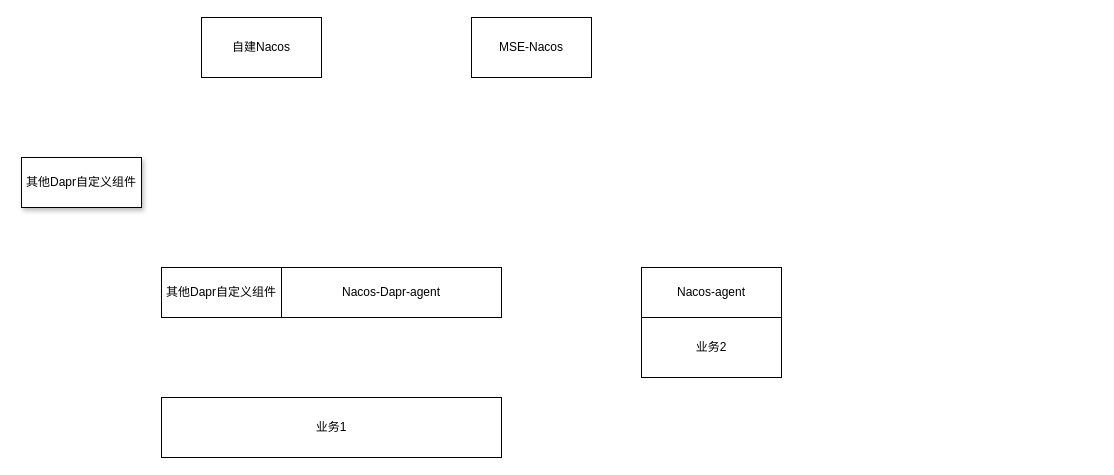
The draw.io diagram newToolTest/Untitled Diagram.drawio in realJackSun/OpenNAT, before the edit. Source tidied: cells renumbered, new cells numbered last; positions are measured from the earlier drawing's top-left corner, leaving out a move shared by most shapes. Both pictures are drawn from the tidied source at 100%, with x=0, y=0 at pixel (21, 17).
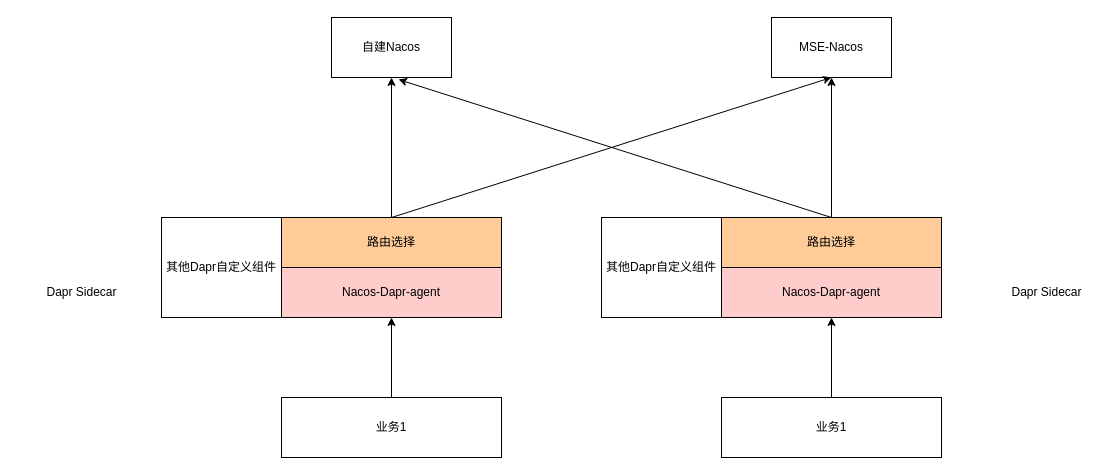
The same diagram, later.

Commit message:
Nacos支持Dapr方案完善

Change to the diagram source:
```diff
@@
 <mxGraphModel>
   <root>
     <mxCell id="0" />
     <mxCell id="1" parent="0" />
-    <mxCell id="2" value="其他Dapr自定义组件" style="rounded=0;whiteSpace=wrap;html=1;shadow=1;" parent="1" vertex="1">
-      <mxGeometry y="140" width="120" height="50" as="geometry" />
-    </mxCell>
     <mxCell id="3" value="自建Nacos" style="rounded=0;whiteSpace=wrap;html=1;" parent="1" vertex="1">
-      <mxGeometry x="180" width="120" height="60" as="geometry" />
+      <mxGeometry x="310" width="120" height="60" as="geometry" />
     </mxCell>
     <mxCell id="4" value="MSE-Nacos" style="rounded=0;whiteSpace=wrap;html=1;" parent="1" vertex="1">
-      <mxGeometry x="450" width="120" height="60" as="geometry" />
+      <mxGeometry x="750" width="120" height="60" as="geometry" />
     </mxCell>
     <mxCell id="5" value="业务1" style="rounded=0;whiteSpace=wrap;html=1;" parent="1" vertex="1">
-      <mxGeometry x="140" y="380" width="340" height="60" as="geometry" />
+      <mxGeometry x="260" y="380" width="220" height="60" as="geometry" />
     </mxCell>
-    <mxCell id="6" value="Nacos-Dapr-agent" style="rounded=0;whiteSpace=wrap;html=1;" parent="1" vertex="1">
+    <mxCell id="6" value="Nacos-Dapr-agent" style="rounded=0;whiteSpace=wrap;html=1;fillColor=#FFCCCC;" parent="1" vertex="1">
       <mxGeometry x="260" y="250" width="220" height="50" as="geometry" />
     </mxCell>
-    <mxCell id="7" value="业务2" style="rounded=0;whiteSpace=wrap;html=1;" parent="1" vertex="1">
-      <mxGeometry x="620" y="300" width="140" height="60" as="geometry" />
-    </mxCell>
-    <mxCell id="8" value="Nacos-agent" style="rounded=0;whiteSpace=wrap;html=1;" parent="1" vertex="1">
-      <mxGeometry x="620" y="250" width="140" height="50" as="geometry" />
-    </mxCell>
     <mxCell id="9" value="其他Dapr自定义组件" style="rounded=0;whiteSpace=wrap;html=1;" parent="1" vertex="1">
-      <mxGeometry x="140" y="250" width="120" height="50" as="geometry" />
+      <mxGeometry x="140" y="200" width="120" height="100" as="geometry" />
     </mxCell>
+    <mxCell id="10" value="Dapr Sidecar" style="text;html=1;align=center;verticalAlign=middle;fillColor=none;strokeColor=none;rounded=0;shadow=1;" parent="1" vertex="1">
+      <mxGeometry x="15" y="265" width="90" height="20" as="geometry" />
+    </mxCell>
+    <mxCell id="11" style="endArrow=classic;html=1;rounded=0;entryX=0.5;entryY=1;entryDx=0;entryDy=0;" parent="1" edge="1" source="5" target="6">
+      <mxGeometry relative="1" as="geometry" />
+    </mxCell>
+    <mxCell id="12" value="路由选择" style="rounded=0;whiteSpace=wrap;html=1;fillColor=#FFCC99;" parent="1" vertex="1">
+      <mxGeometry x="260" y="200" width="220" height="50" as="geometry" />
+    </mxCell>
+    <mxCell id="13" style="endArrow=classic;html=1;rounded=0;exitX=0.5;exitY=0;exitDx=0;exitDy=0;entryX=0.5;entryY=1;entryDx=0;entryDy=0;" parent="1" edge="1" source="12" target="3">
+      <mxGeometry relative="1" as="geometry" />
+    </mxCell>
+    <mxCell id="14" style="endArrow=classic;html=1;rounded=0;entryX=0.5;entryY=1;entryDx=0;entryDy=0;exitX=0.5;exitY=0;exitDx=0;exitDy=0;" parent="1" edge="1" source="12" target="4">
+      <mxGeometry relative="1" as="geometry" />
+    </mxCell>
+    <mxCell id="15" value="业务1" style="rounded=0;whiteSpace=wrap;html=1;" parent="1" vertex="1">
+      <mxGeometry x="700" y="380" width="220" height="60" as="geometry" />
+    </mxCell>
+    <mxCell id="16" value="Nacos-Dapr-agent" style="rounded=0;whiteSpace=wrap;html=1;fillColor=#FFCCCC;" parent="1" vertex="1">
+      <mxGeometry x="700" y="250" width="220" height="50" as="geometry" />
+    </mxCell>
+    <mxCell id="2" value="其他Dapr自定义组件" style="rounded=0;whiteSpace=wrap;html=1;" parent="1" vertex="1">
+      <mxGeometry x="580" y="200" width="120" height="100" as="geometry" />
+    </mxCell>
+    <mxCell id="17" style="endArrow=classic;html=1;rounded=0;exitX=0.5;exitY=0;exitDx=0;exitDy=0;entryX=0.5;entryY=1;entryDx=0;entryDy=0;" parent="1" edge="1" source="15" target="16">
+      <mxGeometry relative="1" as="geometry" />
+    </mxCell>
+    <mxCell id="18" value="路由选择" style="rounded=0;whiteSpace=wrap;html=1;fillColor=#FFCC99;" parent="1" vertex="1">
+      <mxGeometry x="700" y="200" width="220" height="50" as="geometry" />
+    </mxCell>
+    <mxCell id="19" style="endArrow=classic;html=1;rounded=0;entryX=0.5;entryY=1;entryDx=0;entryDy=0;exitX=0.5;exitY=0;exitDx=0;exitDy=0;" parent="1" edge="1" source="18" target="4">
+      <mxGeometry relative="1" as="geometry" />
+    </mxCell>
+    <mxCell id="20" style="endArrow=classic;html=1;rounded=0;exitX=0.5;exitY=0;exitDx=0;exitDy=0;entryX=0.558;entryY=1.033;entryDx=0;entryDy=0;entryPerimeter=0;" parent="1" edge="1" source="18" target="3">
+      <mxGeometry relative="1" as="geometry" />
+    </mxCell>
+    <mxCell id="21" value="Dapr Sidecar" style="text;html=1;align=center;verticalAlign=middle;fillColor=none;strokeColor=none;rounded=0;shadow=1;" parent="1" vertex="1">
+      <mxGeometry x="980" y="265" width="90" height="20" as="geometry" />
+    </mxCell>
   </root>
 </mxGraphModel>
```
